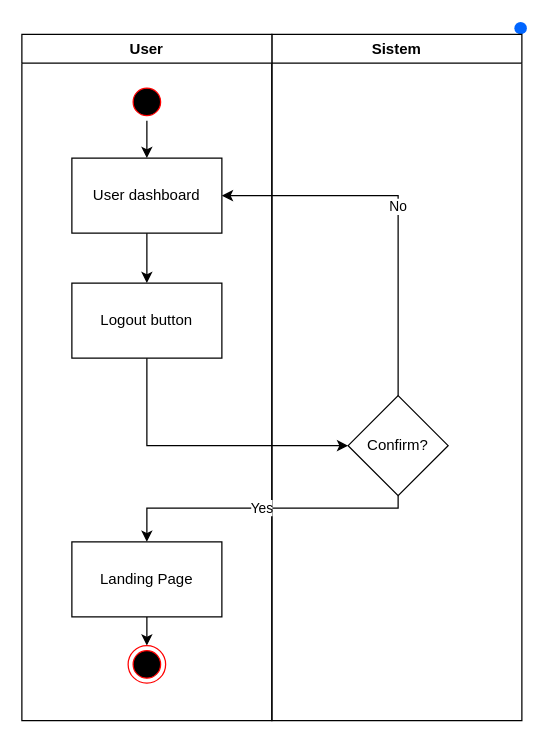
dzikfr/aplikasi-absensi-baharkam-2024 keeps this draw.io diagram as page "Logout" (4 of 4) of activityDiagram.drawio. Above is the earlier version. Source tidied: cells renumbered, new cells numbered last; positions are measured from the earlier drawing's top-left corner, leaving out a move shared by most shapes. Both pictures are drawn from the tidied source at 125%, with x=0, y=0 at pixel (21, 21).
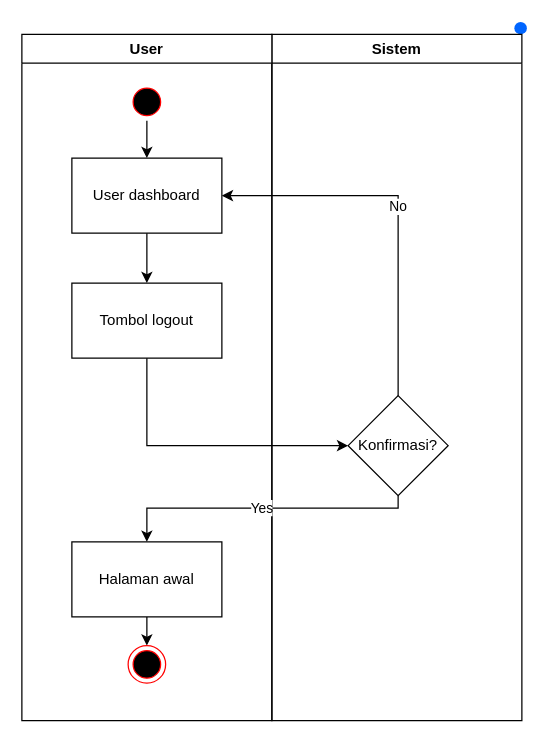
The same page after the edit.

The edit, as a diff of the source:
```diff
@@
 <mxGraphModel>
   <root>
     <mxCell id="0" />
     <mxCell id="1" parent="0" />
     <mxCell id="2" style="shape=ellipse;fillColor=#0065FF;strokeColor=none;html=1;sketch=0;" parent="1" vertex="1">
       <mxGeometry x="394" width="10" height="10" as="geometry" />
     </mxCell>
     <mxCell id="3" value="Sistem" style="swimlane;whiteSpace=wrap;html=1;startSize=23;" parent="1" vertex="1">
       <mxGeometry x="200" y="10" width="200" height="549" as="geometry" />
     </mxCell>
-    <mxCell id="4" value="Confirm?" style="rhombus;whiteSpace=wrap;html=1;" parent="3" vertex="1">
+    <mxCell id="4" value="Konfirmasi?" style="rhombus;whiteSpace=wrap;html=1;" parent="3" vertex="1">
       <mxGeometry x="61" y="289" width="80" height="80" as="geometry" />
     </mxCell>
     <mxCell id="5" value="User" style="swimlane;whiteSpace=wrap;html=1;startSize=23;" parent="1" vertex="1">
       <mxGeometry y="10" width="200" height="549" as="geometry" />
     </mxCell>
     <mxCell id="6" style="edgeStyle=orthogonalEdgeStyle;rounded=0;jettySize=auto;html=1;exitX=0.5;exitY=1;exitDx=0;exitDy=0;entryX=0.5;entryY=0;entryDx=0;entryDy=0;" parent="5" edge="1" source="7" target="9">
       <mxGeometry relative="1" as="geometry" />
     </mxCell>
     <mxCell id="7" style="ellipse;html=1;shape=startState;fillColor=#000000;strokeColor=#ff0000;" parent="5" vertex="1">
       <mxGeometry x="85" y="39" width="30" height="30" as="geometry" />
     </mxCell>
     <mxCell id="8" style="edgeStyle=orthogonalEdgeStyle;rounded=0;jettySize=auto;html=1;exitX=0.5;exitY=1;exitDx=0;exitDy=0;entryX=0.5;entryY=0;entryDx=0;entryDy=0;" parent="5" edge="1" source="9" target="10">
       <mxGeometry relative="1" as="geometry" />
     </mxCell>
     <mxCell id="9" value="User dashboard" style="rounded=0;whiteSpace=wrap;html=1;" parent="5" vertex="1">
       <mxGeometry x="40" y="99" width="120" height="60" as="geometry" />
     </mxCell>
-    <mxCell id="10" value="Logout button" style="rounded=0;whiteSpace=wrap;html=1;" parent="5" vertex="1">
+    <mxCell id="10" value="Tombol logout" style="rounded=0;whiteSpace=wrap;html=1;" parent="5" vertex="1">
       <mxGeometry x="40" y="199" width="120" height="60" as="geometry" />
     </mxCell>
     <mxCell id="11" style="edgeStyle=orthogonalEdgeStyle;rounded=0;jettySize=auto;html=1;exitX=0.5;exitY=1;exitDx=0;exitDy=0;entryX=0.5;entryY=0;entryDx=0;entryDy=0;" parent="5" edge="1" source="12" target="13">
       <mxGeometry relative="1" as="geometry" />
     </mxCell>
-    <mxCell id="12" value="Landing Page" style="rounded=0;whiteSpace=wrap;html=1;" parent="5" vertex="1">
+    <mxCell id="12" value="Halaman awal" style="rounded=0;whiteSpace=wrap;html=1;" parent="5" vertex="1">
       <mxGeometry x="40" y="406" width="120" height="60" as="geometry" />
     </mxCell>
     <mxCell id="13" style="ellipse;html=1;shape=endState;fillColor=#000000;strokeColor=#ff0000;" parent="5" vertex="1">
       <mxGeometry x="85" y="489" width="30" height="30" as="geometry" />
     </mxCell>
     <mxCell id="14" value="Yes" style="edgeStyle=orthogonalEdgeStyle;rounded=0;jettySize=auto;html=1;exitX=0.5;exitY=1;exitDx=0;exitDy=0;entryX=0.5;entryY=0;entryDx=0;entryDy=0;" parent="1" edge="1" source="4" target="12">
       <mxGeometry relative="1" as="geometry">
         <Array as="points">
           <mxPoint x="301" y="389" />
           <mxPoint x="100" y="389" />
         </Array>
       </mxGeometry>
     </mxCell>
     <mxCell id="15" style="edgeStyle=orthogonalEdgeStyle;rounded=0;jettySize=auto;html=1;exitX=0.5;exitY=1;exitDx=0;exitDy=0;entryX=0;entryY=0.5;entryDx=0;entryDy=0;" parent="1" edge="1" source="10" target="4">
       <mxGeometry relative="1" as="geometry" />
     </mxCell>
     <mxCell id="16" value="No" style="edgeStyle=orthogonalEdgeStyle;rounded=0;jettySize=auto;html=1;exitX=0.5;exitY=0;exitDx=0;exitDy=0;entryX=1;entryY=0.5;entryDx=0;entryDy=0;" parent="1" edge="1" source="4" target="9">
       <mxGeometry relative="1" as="geometry" />
     </mxCell>
   </root>
 </mxGraphModel>
```
